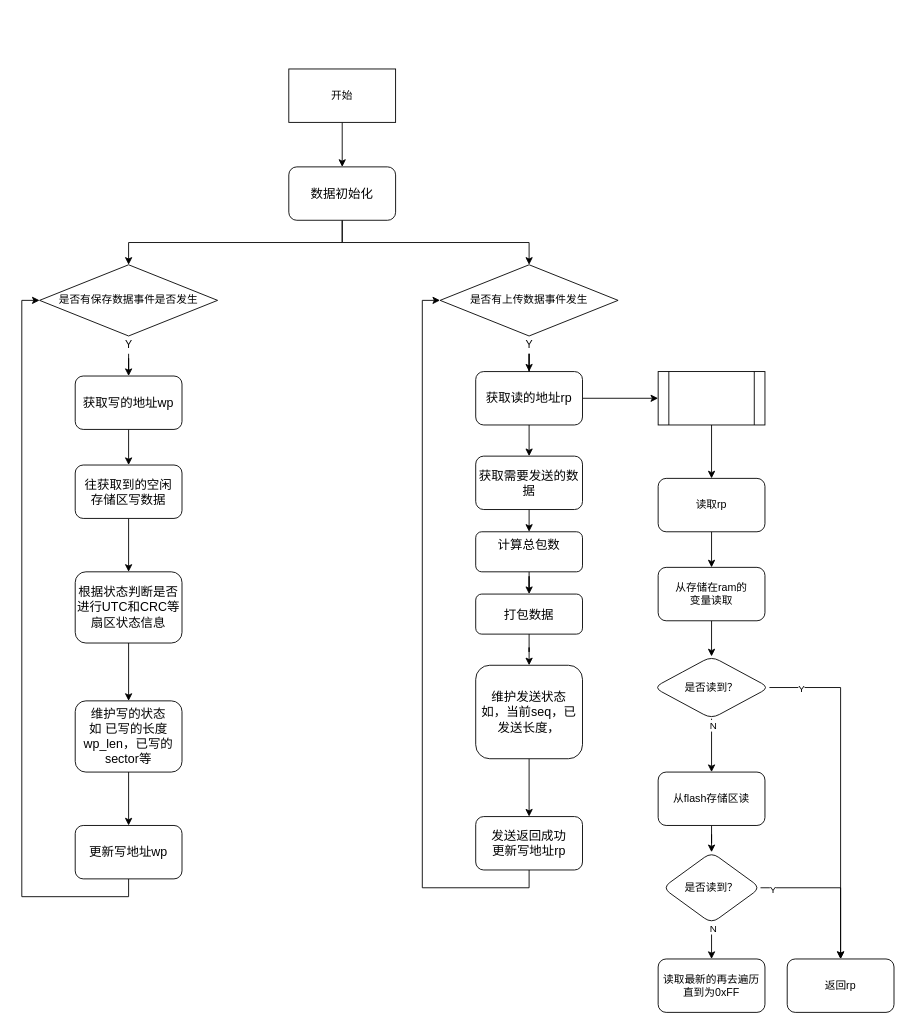
Above: page "Page-1" (1 of 2) of P3.drawio in blackfalsehood/mycode (draw.io), before the change. Source tidied: cells renumbered, new cells numbered last; positions are measured from the earlier drawing's top-left corner, leaving out a move shared by most shapes. Both pictures are drawn from the tidied source at 89%, with x=0, y=0 at pixel (39, 69).
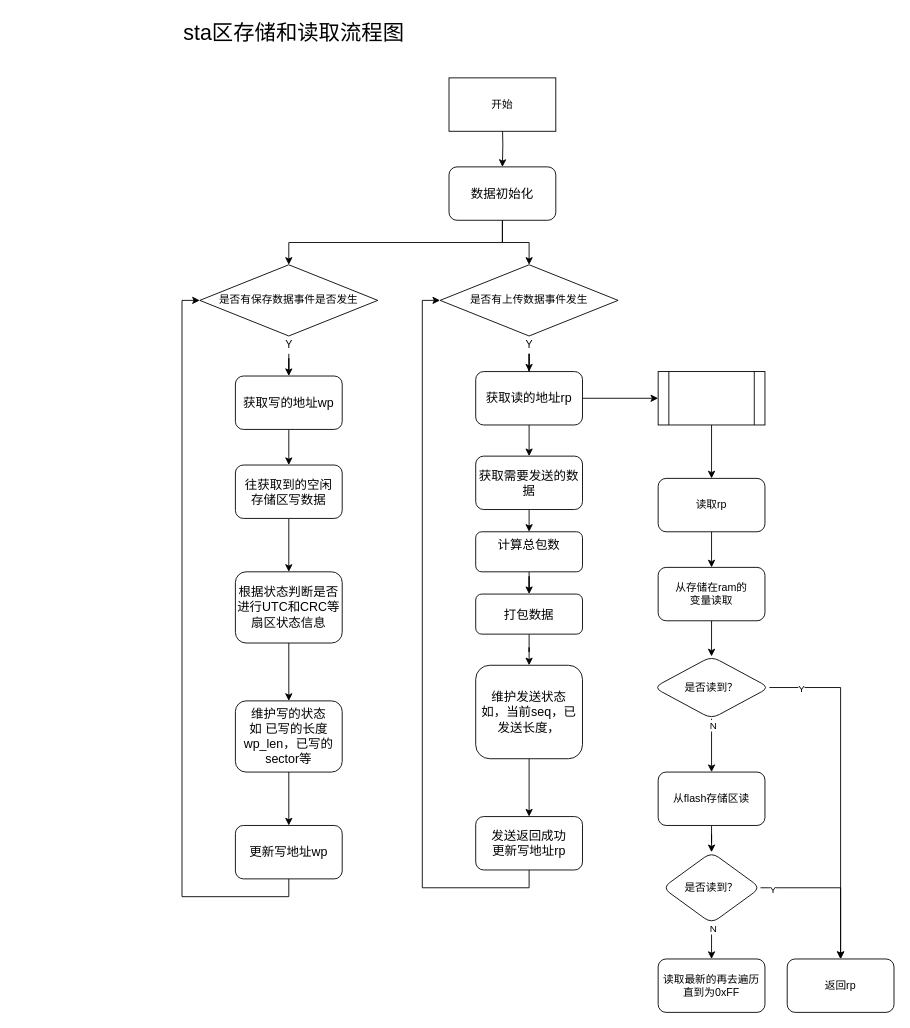
After the change.

Diff of the diagram source:
```diff
@@
     <mxCell id="3" value="&lt;font style=&quot;font-size: 14px&quot;&gt;获取写的地址wp&lt;/font&gt;" style="rounded=1;whiteSpace=wrap;html=1;" parent="1" vertex="1">
-      <mxGeometry x="40" y="345" width="120" height="60" as="geometry" />
+      <mxGeometry x="220" y="345" width="120" height="60" as="geometry" />
     </mxCell>
@@
     <mxCell id="5" value="&lt;span style=&quot;font-size: 14px&quot;&gt;往获取到的空闲&lt;br&gt;存储区写数据&lt;br&gt;&lt;/span&gt;" style="rounded=1;whiteSpace=wrap;html=1;" parent="1" vertex="1">
-      <mxGeometry x="40" y="445" width="120" height="60" as="geometry" />
+      <mxGeometry x="220" y="445" width="120" height="60" as="geometry" />
     </mxCell>
@@
     <mxCell id="7" value="&lt;span style=&quot;font-size: 14px&quot;&gt;根据状态判断是否进行UTC和CRC等扇区状态信息&lt;/span&gt;" style="rounded=1;whiteSpace=wrap;html=1;" parent="1" vertex="1">
-      <mxGeometry x="40" y="565" width="120" height="80" as="geometry" />
+      <mxGeometry x="220" y="565" width="120" height="80" as="geometry" />
     </mxCell>
@@
     <mxCell id="9" value="&lt;font style=&quot;font-size: 14px&quot;&gt;更新写地址wp&lt;/font&gt;" style="rounded=1;whiteSpace=wrap;html=1;" parent="1" vertex="1">
-      <mxGeometry x="40" y="850" width="120" height="60" as="geometry" />
+      <mxGeometry x="220" y="850" width="120" height="60" as="geometry" />
     </mxCell>
-    <mxCell id="10" style="edgeStyle=orthogonalEdgeStyle;rounded=0;jettySize=auto;html=1;exitX=0.5;exitY=1;exitDx=0;exitDy=0;entryX=0.5;entryY=0;entryDx=0;entryDy=0;" parent="1" edge="1" source="11" target="14">
-      <mxGeometry relative="1" as="geometry" />
+    <mxCell id="10" style="edgeStyle=orthogonalEdgeStyle;rounded=0;jettySize=auto;html=1;exitX=0.5;exitY=1;exitDx=0;exitDy=0;entryX=0.5;entryY=0;entryDx=0;entryDy=0;" parent="1" edge="1" target="14">
+      <mxGeometry relative="1" as="geometry">
+        <mxPoint x="520" y="60" as="sourcePoint" />
+      </mxGeometry>
     </mxCell>
     <mxCell id="11" value="开始" style="rounded=0;whiteSpace=wrap;html=1;" parent="1" vertex="1">
-      <mxGeometry x="280" width="120" height="60" as="geometry" />
+      <mxGeometry x="460" y="10" width="120" height="60" as="geometry" />
     </mxCell>
@@
     <mxCell id="14" value="&lt;font style=&quot;font-size: 14px&quot;&gt;数据初始化&lt;/font&gt;" style="rounded=1;whiteSpace=wrap;html=1;" parent="1" vertex="1">
-      <mxGeometry x="280" y="110" width="120" height="60" as="geometry" />
+      <mxGeometry x="460" y="110" width="120" height="60" as="geometry" />
     </mxCell>
@@
     <mxCell id="16" value="是否有保存数据事件是否发生" style="rhombus;whiteSpace=wrap;html=1;" parent="1" vertex="1">
-      <mxGeometry y="220" width="200" height="80" as="geometry" />
+      <mxGeometry x="180" y="220" width="200" height="80" as="geometry" />
     </mxCell>
     <mxCell id="17" value="Y" style="text;html=1;align=center;verticalAlign=middle;points=[];fillColor=none;strokeColor=none;rounded=0;" parent="1" vertex="1">
-      <mxGeometry x="90" y="300" width="20" height="20" as="geometry" />
+      <mxGeometry x="270" y="300" width="20" height="20" as="geometry" />
     </mxCell>
     <mxCell id="18" style="edgeStyle=orthogonalEdgeStyle;rounded=0;jettySize=auto;html=1;exitX=0.5;exitY=1;exitDx=0;exitDy=0;" parent="1" edge="1" source="16" target="17">
       <mxGeometry relative="1" as="geometry">
         <Array as="points">
-          <mxPoint x="100" y="310" />
-          <mxPoint x="100" y="310" />
+          <mxPoint x="280" y="310" />
+          <mxPoint x="280" y="310" />
         </Array>
       </mxGeometry>
     </mxCell>
@@
     <mxCell id="35" value="&lt;span style=&quot;font-size: 14px&quot;&gt;维护写的状态&lt;br&gt;如 已写的长度wp_len，已写的sector等&lt;br&gt;&lt;/span&gt;" style="rounded=1;whiteSpace=wrap;html=1;" parent="1" vertex="1">
-      <mxGeometry x="40" y="710" width="120" height="80" as="geometry" />
+      <mxGeometry x="220" y="710" width="120" height="80" as="geometry" />
     </mxCell>
@@
+    <mxCell id="58" value="&lt;font style=&quot;font-size: 24px&quot;&gt;sta区存储和读取流程图&lt;/font&gt;" style="text;html=1;strokeColor=none;fillColor=none;align=center;verticalAlign=middle;whiteSpace=wrap;rounded=0;" parent="1" vertex="1">
+      <mxGeometry x="156" y="-60" width="260" height="40" as="geometry" />
+    </mxCell>
```
